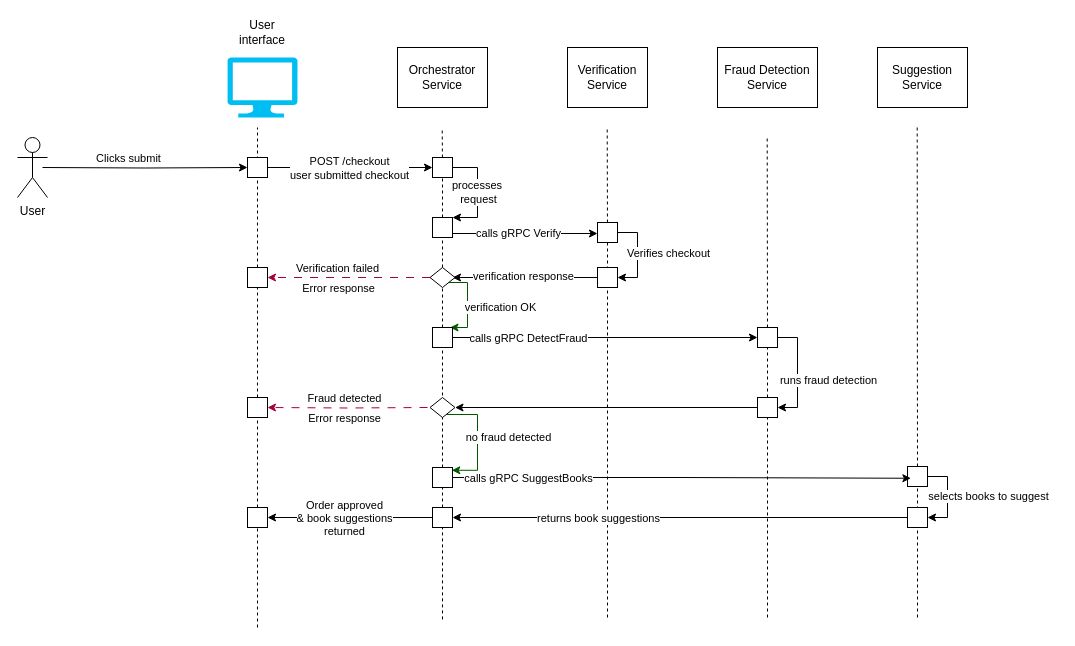
This is docs/src/DS-system-diagram.drawio from heigotornik/ds-practice-2026, a draw.io file, before an edit. Source tidied: cells renumbered, new cells numbered last; positions are measured from the earlier drawing's top-left corner, leaving out a move shared by most shapes. Both pictures are drawn from the tidied source at 100%, with x=0, y=0 at pixel (17, 17).
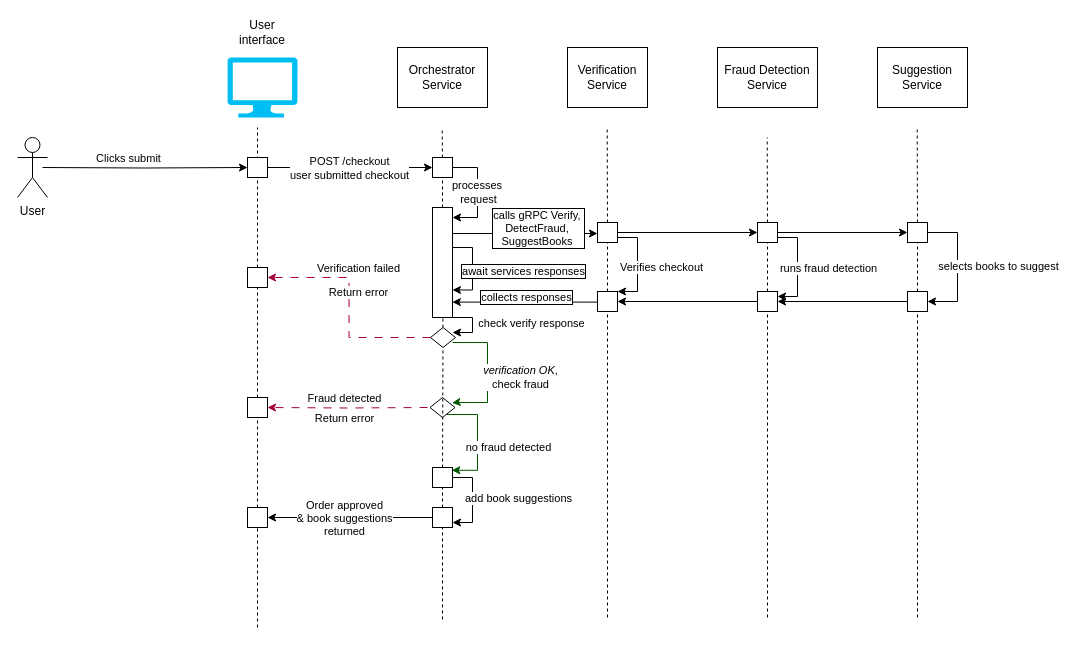
Above is the later version.

Unchanged cells that the change refers to:
```xml
<mxCell id="18" style="whiteSpace=wrap;html=1;" parent="1" vertex="1">
  <mxGeometry x="415" y="140" width="20" height="20" as="geometry" />
</mxCell>
<mxCell id="26" style="whiteSpace=wrap;html=1;" parent="1" vertex="1">
  <mxGeometry x="580" y="205" width="20" height="20" as="geometry" />
</mxCell>
<mxCell id="28" style="edgeStyle=orthogonalEdgeStyle;rounded=0;orthogonalLoop=1;jettySize=auto;html=1;entryX=0;entryY=0.5;entryDx=0;entryDy=0;" parent="1" edge="1">
  <mxGeometry relative="1" as="geometry">
    <mxPoint x="435" y="216" as="sourcePoint" />
    <mxPoint x="580" y="216" as="targetPoint" />
  </mxGeometry>
</mxCell>
<mxCell id="35" style="edgeStyle=orthogonalEdgeStyle;rounded=0;jettySize=auto;html=1;entryX=1;entryY=0.5;entryDx=0;entryDy=0;dashed=1;dashPattern=8 8;fillColor=#d80073;strokeColor=#A50040;" parent="1" edge="1" source="39" target="41">
  <mxGeometry relative="1" as="geometry" />
</mxCell>
<mxCell id="55" style="edgeStyle=orthogonalEdgeStyle;rounded=0;jettySize=auto;html=1;entryX=0.965;entryY=0.138;entryDx=0;entryDy=0;fillColor=#008a00;strokeColor=#005700;entryPerimeter=0;" parent="1" edge="1" source="57" target="63">
  <mxGeometry relative="1" as="geometry">
    <Array as="points">
      <mxPoint x="460" y="397" />
      <mxPoint x="460" y="453" />
      <mxPoint x="434" y="453" />
    </Array>
  </mxGeometry>
</mxCell>
<mxCell id="57" style="rhombus;whiteSpace=wrap;html=1;" parent="1" vertex="1">
  <mxGeometry x="412.5" y="380" width="25" height="20" as="geometry" />
</mxCell>
<mxCell id="63" style="whiteSpace=wrap;html=1;" parent="1" vertex="1">
  <mxGeometry x="415" y="450" width="20" height="20" as="geometry" />
</mxCell>
<mxCell id="76" style="whiteSpace=wrap;html=1;" parent="1" vertex="1">
  <mxGeometry x="415" y="490" width="20" height="20" as="geometry" />
</mxCell>
```

The edit, as a diff of the source:
```diff
@@
-    <mxCell id="15" style="endArrow=none;dashed=1;html=1;rounded=0;" parent="1" edge="1" source="30" target="18">
+    <mxCell id="15" style="endArrow=none;dashed=1;html=1;rounded=0;" parent="1" edge="1" source="87" target="18">
       <mxGeometry relative="1" as="geometry" />
     </mxCell>
-    <mxCell id="16" style="edgeStyle=orthogonalEdgeStyle;rounded=0;jettySize=auto;html=1;" parent="1" edge="1" source="18" target="30">
+    <mxCell id="16" style="edgeStyle=orthogonalEdgeStyle;rounded=0;jettySize=auto;html=1;" parent="1" edge="1" source="18">
       <mxGeometry relative="1" as="geometry">
+        <mxPoint x="435" y="200" as="targetPoint" />
         <Array as="points">
           <mxPoint x="460" y="150" />
           <mxPoint x="460" y="200" />
         </Array>
       </mxGeometry>
     </mxCell>
@@
-    <mxCell id="23" style="endArrow=none;dashed=1;html=1;rounded=0;" parent="1" edge="1" target="26">
-      <mxGeometry relative="1" as="geometry">
-        <mxPoint x="590" y="600" as="sourcePoint" />
-      </mxGeometry>
+    <mxCell id="23" style="endArrow=none;dashed=1;html=1;rounded=0;" parent="1" edge="1" source="33" target="26">
+      <mxGeometry relative="1" as="geometry" />
     </mxCell>
-    <mxCell id="24" style="edgeStyle=orthogonalEdgeStyle;rounded=0;jettySize=auto;html=1;entryX=1;entryY=0.5;entryDx=0;entryDy=0;" parent="1" edge="1" source="26" target="33">
-      <mxGeometry relative="1" as="geometry">
-        <Array as="points">
-          <mxPoint x="620" y="215" />
-          <mxPoint x="620" y="260" />
-        </Array>
-      </mxGeometry>
-    </mxCell>
-    <mxCell id="25" value="Verifies checkout" style="edgeLabel;html=1;align=center;verticalAlign=middle;" parent="24" vertex="1">
-      <mxGeometry x="-0.07" y="2" relative="1" as="geometry">
-        <mxPoint x="28" as="offset" />
-      </mxGeometry>
-    </mxCell>
+    <mxCell id="79" style="edgeStyle=orthogonalEdgeStyle;rounded=0;jettySize=auto;html=1;entryX=0;entryY=0.5;entryDx=0;entryDy=0;" parent="1" edge="1" source="26" target="51">
+      <mxGeometry relative="1" as="geometry" />
+    </mxCell>
@@
-    <mxCell id="27" style="endArrow=none;dashed=1;html=1;rounded=0;" parent="1" edge="1" source="39" target="30">
-      <mxGeometry relative="1" as="geometry" />
+    <mxCell id="27" style="endArrow=none;dashed=1;html=1;rounded=0;" parent="1" edge="1" source="87">
+      <mxGeometry relative="1" as="geometry">
+        <mxPoint x="425" y="220" as="targetPoint" />
+      </mxGeometry>
     </mxCell>
@@
-    <mxCell id="29" value="calls gRPC&amp;nbsp;Verify" style="edgeLabel;html=1;align=center;verticalAlign=middle;" parent="28" vertex="1">
+    <mxCell id="29" value="calls gRPC&amp;nbsp;Verify,&amp;nbsp;&lt;div&gt;DetectFraud,&amp;nbsp;&lt;/div&gt;&lt;div&gt;SuggestBooks&amp;nbsp;&lt;/div&gt;" style="edgeLabel;html=1;align=center;verticalAlign=middle;labelBorderColor=default;" parent="28" vertex="1">
       <mxGeometry x="-0.46" y="1" relative="1" as="geometry">
-        <mxPoint x="26" as="offset" />
+        <mxPoint x="46" y="-5" as="offset" />
       </mxGeometry>
     </mxCell>
-    <mxCell id="30" style="whiteSpace=wrap;html=1;" parent="1" vertex="1">
-      <mxGeometry x="415" y="200" width="20" height="20" as="geometry" />
-    </mxCell>
-    <mxCell id="31" style="edgeStyle=orthogonalEdgeStyle;rounded=0;jettySize=auto;html=1;entryX=1;entryY=0.5;entryDx=0;entryDy=0;" parent="1" edge="1" source="33">
+    <mxCell id="31" style="edgeStyle=orthogonalEdgeStyle;rounded=0;jettySize=auto;html=1;entryX=0.992;entryY=0.86;entryDx=0;entryDy=0;entryPerimeter=0;" parent="1" edge="1" source="33" target="87">
       <mxGeometry relative="1" as="geometry">
-        <mxPoint x="435" y="260" as="targetPoint" />
+        <Array as="points">
+          <mxPoint x="508" y="284" />
+        </Array>
       </mxGeometry>
     </mxCell>
-    <mxCell id="32" value="verification response" style="edgeLabel;html=1;align=center;verticalAlign=middle;" parent="31" vertex="1">
+    <mxCell id="32" value="collects responses" style="edgeLabel;html=1;align=center;verticalAlign=middle;labelBorderColor=default;" parent="31" vertex="1">
       <mxGeometry x="0.33" y="1" relative="1" as="geometry">
-        <mxPoint x="22" y="-3" as="offset" />
+        <mxPoint x="25" y="-6" as="offset" />
       </mxGeometry>
     </mxCell>
-    <mxCell id="33" style="whiteSpace=wrap;html=1;" parent="1" vertex="1">
-      <mxGeometry x="580" y="250" width="20" height="20" as="geometry" />
-    </mxCell>
-    <mxCell id="34" style="endArrow=none;dashed=1;html=1;rounded=0;" parent="1" edge="1" source="47" target="39">
-      <mxGeometry relative="1" as="geometry" />
+    <mxCell id="34" style="endArrow=none;dashed=1;html=1;rounded=0;" parent="1" edge="1" target="39">
+      <mxGeometry relative="1" as="geometry">
+        <mxPoint x="425" y="330" as="sourcePoint" />
+      </mxGeometry>
     </mxCell>
@@
     <mxCell id="36" value="Verification failed" style="edgeLabel;html=1;align=center;verticalAlign=middle;" parent="35" vertex="1">
       <mxGeometry x="0.29" y="-1" relative="1" as="geometry">
-        <mxPoint x="12" y="-9" as="offset" />
+        <mxPoint x="11" y="-9" as="offset" />
       </mxGeometry>
     </mxCell>
-    <mxCell id="37" style="edgeStyle=orthogonalEdgeStyle;rounded=0;orthogonalLoop=1;jettySize=auto;html=1;entryX=1;entryY=0;entryDx=0;entryDy=0;exitX=1;exitY=1;exitDx=0;exitDy=0;fillColor=#008a00;strokeColor=#005700;" parent="1" edge="1">
+    <mxCell id="37" style="edgeStyle=orthogonalEdgeStyle;rounded=0;jettySize=auto;html=1;entryX=0.882;entryY=0.272;entryDx=0;entryDy=0;exitX=1;exitY=0.75;exitDx=0;exitDy=0;fillColor=#008a00;strokeColor=#005700;entryPerimeter=0;" parent="1" edge="1" target="57">
       <mxGeometry relative="1" as="geometry">
-        <mxPoint x="428.8" y="265" as="sourcePoint" />
-        <mxPoint x="432.5" y="310" as="targetPoint" />
+        <mxPoint x="435" y="325" as="sourcePoint" />
         <Array as="points">
-          <mxPoint x="450" y="265" />
-          <mxPoint x="450" y="310" />
+          <mxPoint x="470" y="325" />
+          <mxPoint x="470" y="385" />
+          <mxPoint x="438" y="385" />
         </Array>
       </mxGeometry>
     </mxCell>
-    <mxCell id="38" value="verification OK" style="edgeLabel;html=1;align=center;verticalAlign=middle;" parent="37" vertex="1">
+    <mxCell id="38" value="&lt;i&gt;verification OK&lt;/i&gt;,&lt;div&gt;check fraud&lt;/div&gt;" style="edgeLabel;html=1;align=center;verticalAlign=middle;" parent="37" vertex="1">
       <mxGeometry relative="1" as="geometry">
         <mxPoint x="32" y="4" as="offset" />
       </mxGeometry>
     </mxCell>
-    <mxCell id="39" style="rhombus;whiteSpace=wrap;html=1;" parent="1" vertex="1">
-      <mxGeometry x="412.5" y="250" width="25" height="20" as="geometry" />
-    </mxCell>
@@
-    <mxCell id="42" style="endArrow=none;dashed=1;html=1;rounded=0;" parent="1" edge="1" source="63" target="47">
-      <mxGeometry relative="1" as="geometry" />
+    <mxCell id="42" style="endArrow=none;dashed=1;html=1;rounded=0;" parent="1" edge="1" source="39">
+      <mxGeometry relative="1" as="geometry">
+        <mxPoint x="425" y="330" as="targetPoint" />
+      </mxGeometry>
     </mxCell>
-    <mxCell id="43" style="edgeStyle=orthogonalEdgeStyle;rounded=0;jettySize=auto;html=1;entryX=0;entryY=0.5;entryDx=0;entryDy=0;" parent="1" edge="1" source="47" target="51">
-      <mxGeometry relative="1" as="geometry" />
-    </mxCell>
-    <mxCell id="44" value="calls gRPC DetectFraud" style="edgeLabel;html=1;align=center;verticalAlign=middle;" parent="43" vertex="1">
-      <mxGeometry x="-0.3" y="1" relative="1" as="geometry">
-        <mxPoint x="-32" y="1" as="offset" />
-      </mxGeometry>
-    </mxCell>
@@
-    <mxCell id="47" style="whiteSpace=wrap;html=1;" parent="1" vertex="1">
-      <mxGeometry x="415" y="310" width="20" height="20" as="geometry" />
-    </mxCell>
@@
+    <mxCell id="80" style="edgeStyle=orthogonalEdgeStyle;rounded=0;jettySize=auto;html=1;entryX=0;entryY=0.5;entryDx=0;entryDy=0;" parent="1" edge="1" source="51" target="67">
+      <mxGeometry relative="1" as="geometry" />
+    </mxCell>
-    <mxCell id="49" style="edgeStyle=orthogonalEdgeStyle;rounded=0;jettySize=auto;html=1;entryX=1;entryY=0.5;entryDx=0;entryDy=0;" parent="1" edge="1" source="51" target="54">
+    <mxCell id="49" style="edgeStyle=orthogonalEdgeStyle;rounded=0;jettySize=auto;html=1;entryX=1;entryY=0.25;entryDx=0;entryDy=0;" parent="1" edge="1" source="51" target="54">
       <mxGeometry relative="1" as="geometry">
         <Array as="points">
-          <mxPoint x="780" y="320" />
-          <mxPoint x="780" y="390" />
+          <mxPoint x="780" y="220" />
+          <mxPoint x="780" y="279" />
         </Array>
       </mxGeometry>
     </mxCell>
     <mxCell id="50" value="runs fraud detection" style="edgeLabel;html=1;align=center;verticalAlign=middle;" parent="49" vertex="1">
-      <mxGeometry x="0.12" y="-2" relative="1" as="geometry">
-        <mxPoint x="32" as="offset" />
+      <mxGeometry x="0.1" relative="1" as="geometry">
+        <mxPoint x="30" y="-4" as="offset" />
       </mxGeometry>
     </mxCell>
     <mxCell id="51" style="whiteSpace=wrap;html=1;" parent="1" vertex="1">
-      <mxGeometry x="740" y="310" width="20" height="20" as="geometry" />
+      <mxGeometry x="740" y="205" width="20" height="20" as="geometry" />
     </mxCell>
@@
-    <mxCell id="53" style="edgeStyle=orthogonalEdgeStyle;rounded=0;jettySize=auto;html=1;entryX=1;entryY=0.5;entryDx=0;entryDy=0;" parent="1" edge="1" source="54" target="57">
-      <mxGeometry relative="1" as="geometry" />
-    </mxCell>
-    <mxCell id="54" style="whiteSpace=wrap;html=1;" parent="1" vertex="1">
-      <mxGeometry x="740" y="380" width="20" height="20" as="geometry" />
-    </mxCell>
@@
     <mxCell id="56" value="no fraud detected" style="edgeLabel;html=1;align=center;verticalAlign=middle;" parent="55" vertex="1">
       <mxGeometry x="-0.05" relative="1" as="geometry">
-        <mxPoint x="30" as="offset" />
+        <mxPoint x="30" y="10" as="offset" />
       </mxGeometry>
     </mxCell>
@@
-    <mxCell id="60" value="Error response" style="edgeLabel;html=1;align=center;verticalAlign=middle;" parent="1" vertex="1">
-      <mxGeometry x="320" y="270" as="geometry" />
+    <mxCell id="60" value="Return error" style="edgeLabel;html=1;align=center;verticalAlign=middle;" parent="1" vertex="1">
+      <mxGeometry x="340" y="274" as="geometry" />
     </mxCell>
-    <mxCell id="61" value="Error response" style="edgeLabel;html=1;align=center;verticalAlign=middle;" parent="1" vertex="1">
+    <mxCell id="61" value="Return error" style="edgeLabel;html=1;align=center;verticalAlign=middle;" parent="1" vertex="1">
       <mxGeometry x="326" y="400" as="geometry" />
     </mxCell>
@@
+    <mxCell id="81" style="edgeStyle=orthogonalEdgeStyle;rounded=0;jettySize=auto;html=1;entryX=1;entryY=0.75;entryDx=0;entryDy=0;" parent="1" edge="1" source="63" target="76">
+      <mxGeometry relative="1" as="geometry">
+        <Array as="points">
+          <mxPoint x="455" y="460" />
+          <mxPoint x="455" y="505" />
+        </Array>
+      </mxGeometry>
+    </mxCell>
+    <mxCell id="82" value="add book suggestions" style="edgeLabel;html=1;align=center;verticalAlign=middle;" parent="81" vertex="1">
+      <mxGeometry x="-0.05" y="-1" relative="1" as="geometry">
+        <mxPoint x="46" as="offset" />
+      </mxGeometry>
+    </mxCell>
@@
-    <mxCell id="64" style="endArrow=none;dashed=1;html=1;rounded=0;" parent="1" edge="1" target="67">
-      <mxGeometry relative="1" as="geometry">
-        <mxPoint x="900" y="600" as="sourcePoint" />
-      </mxGeometry>
+    <mxCell id="64" style="endArrow=none;dashed=1;html=1;rounded=0;" parent="1" edge="1" source="72" target="67">
+      <mxGeometry relative="1" as="geometry" />
     </mxCell>
     <mxCell id="65" style="edgeStyle=orthogonalEdgeStyle;rounded=0;jettySize=auto;html=1;entryX=1;entryY=0.5;entryDx=0;entryDy=0;" parent="1" edge="1" source="67" target="72">
       <mxGeometry relative="1" as="geometry">
         <Array as="points">
-          <mxPoint x="930" y="459" />
-          <mxPoint x="930" y="500" />
+          <mxPoint x="940" y="215" />
+          <mxPoint x="940" y="284" />
         </Array>
       </mxGeometry>
     </mxCell>
@@
     <mxCell id="67" style="whiteSpace=wrap;html=1;" parent="1" vertex="1">
-      <mxGeometry x="890" y="449" width="20" height="20" as="geometry" />
+      <mxGeometry x="890" y="205" width="20" height="20" as="geometry" />
     </mxCell>
-    <mxCell id="68" style="edgeStyle=orthogonalEdgeStyle;rounded=0;jettySize=auto;html=1;entryX=0.169;entryY=0.588;entryDx=0;entryDy=0;entryPerimeter=0;" parent="1" edge="1" source="63" target="67">
-      <mxGeometry relative="1" as="geometry" />
-    </mxCell>
-    <mxCell id="69" value="calls gRPC&amp;nbsp;SuggestBooks" style="edgeLabel;html=1;align=center;verticalAlign=middle;" parent="68" vertex="1">
-      <mxGeometry x="-0.78" relative="1" as="geometry">
-        <mxPoint x="24" as="offset" />
-      </mxGeometry>
-    </mxCell>
-    <mxCell id="70" style="edgeStyle=orthogonalEdgeStyle;rounded=0;jettySize=auto;html=1;entryX=1;entryY=0.5;entryDx=0;entryDy=0;" parent="1" edge="1" source="72" target="76">
-      <mxGeometry relative="1" as="geometry" />
-    </mxCell>
-    <mxCell id="71" value="returns book suggestions" style="edgeLabel;html=1;align=center;verticalAlign=middle;" parent="70" vertex="1">
-      <mxGeometry x="0.6" relative="1" as="geometry">
-        <mxPoint x="54" as="offset" />
-      </mxGeometry>
-    </mxCell>
-    <mxCell id="72" style="whiteSpace=wrap;html=1;" parent="1" vertex="1">
-      <mxGeometry x="890" y="490" width="20" height="20" as="geometry" />
-    </mxCell>
@@
+    <mxCell id="83" style="endArrow=none;dashed=1;html=1;rounded=0;" parent="1" edge="1" target="87">
+      <mxGeometry relative="1" as="geometry">
+        <mxPoint x="425" y="200" as="sourcePoint" />
+      </mxGeometry>
+    </mxCell>
+    <mxCell id="84" style="endArrow=none;dashed=1;html=1;rounded=0;" parent="1" edge="1" source="39" target="87">
+      <mxGeometry relative="1" as="geometry" />
+    </mxCell>
+    <mxCell id="85" style="edgeStyle=orthogonalEdgeStyle;rounded=0;jettySize=auto;html=1;entryX=1;entryY=0.25;entryDx=0;entryDy=0;" parent="1" edge="1" source="87">
+      <mxGeometry relative="1" as="geometry">
+        <mxPoint x="435" y="315" as="targetPoint" />
+        <Array as="points">
+          <mxPoint x="455" y="300" />
+          <mxPoint x="455" y="315" />
+        </Array>
+      </mxGeometry>
+    </mxCell>
+    <mxCell id="86" value="check verify response" style="edgeLabel;html=1;align=center;verticalAlign=middle;" parent="85" vertex="1">
+      <mxGeometry x="0.07" y="1" relative="1" as="geometry">
+        <mxPoint x="57" y="-4" as="offset" />
+      </mxGeometry>
+    </mxCell>
+    <mxCell id="87" style="rounded=0;whiteSpace=wrap;html=1;" parent="1" vertex="1">
+      <mxGeometry x="415" y="190" width="20" height="110" as="geometry" />
+    </mxCell>
+    <mxCell id="88" style="endArrow=none;dashed=1;html=1;rounded=0;" parent="1" edge="1" source="63" target="39">
+      <mxGeometry relative="1" as="geometry" />
+    </mxCell>
+    <mxCell id="39" style="rhombus;whiteSpace=wrap;html=1;" parent="1" vertex="1">
+      <mxGeometry x="413" y="310" width="25" height="20" as="geometry" />
+    </mxCell>
+    <mxCell id="89" style="endArrow=none;dashed=1;html=1;rounded=0;" parent="1" edge="1" target="33">
+      <mxGeometry relative="1" as="geometry">
+        <mxPoint x="590" y="600" as="sourcePoint" />
+      </mxGeometry>
+    </mxCell>
+    <mxCell id="33" style="whiteSpace=wrap;html=1;" parent="1" vertex="1">
+      <mxGeometry x="580" y="274" width="20" height="20" as="geometry" />
+    </mxCell>
+    <mxCell id="90" style="endArrow=none;dashed=1;html=1;rounded=0;" parent="1" edge="1" target="72">
+      <mxGeometry relative="1" as="geometry">
+        <mxPoint x="900" y="600" as="sourcePoint" />
+      </mxGeometry>
+    </mxCell>
+    <mxCell id="72" style="whiteSpace=wrap;html=1;" parent="1" vertex="1">
+      <mxGeometry x="890" y="274" width="20" height="20" as="geometry" />
+    </mxCell>
+    <mxCell id="91" style="edgeStyle=orthogonalEdgeStyle;rounded=0;jettySize=auto;html=1;entryX=1;entryY=0.5;entryDx=0;entryDy=0;" parent="1" edge="1" source="72" target="54">
+      <mxGeometry relative="1" as="geometry" />
+    </mxCell>
+    <mxCell id="92" style="edgeStyle=orthogonalEdgeStyle;rounded=0;jettySize=auto;html=1;entryX=1;entryY=0.5;entryDx=0;entryDy=0;" parent="1" edge="1" source="54" target="33">
+      <mxGeometry relative="1" as="geometry" />
+    </mxCell>
+    <mxCell id="54" style="whiteSpace=wrap;html=1;" parent="1" vertex="1">
+      <mxGeometry x="740" y="274" width="20" height="20" as="geometry" />
+    </mxCell>
+    <mxCell id="24" style="edgeStyle=orthogonalEdgeStyle;rounded=0;jettySize=auto;html=1;entryX=1;entryY=0;entryDx=0;entryDy=0;" parent="1" edge="1" source="26" target="33">
+      <mxGeometry relative="1" as="geometry">
+        <Array as="points">
+          <mxPoint x="620" y="220" />
+          <mxPoint x="620" y="274" />
+        </Array>
+      </mxGeometry>
+    </mxCell>
+    <mxCell id="25" value="Verifies checkout" style="edgeLabel;html=1;align=center;verticalAlign=middle;" parent="24" vertex="1">
+      <mxGeometry x="0.2" relative="1" as="geometry">
+        <mxPoint x="23" y="-7" as="offset" />
+      </mxGeometry>
+    </mxCell>
+    <mxCell id="93" style="edgeStyle=orthogonalEdgeStyle;rounded=0;orthogonalLoop=1;jettySize=auto;html=1;entryX=1;entryY=0.75;entryDx=0;entryDy=0;" parent="1" edge="1" source="87" target="87">
+      <mxGeometry relative="1" as="geometry">
+        <Array as="points">
+          <mxPoint x="455" y="230" />
+          <mxPoint x="455" y="272" />
+        </Array>
+      </mxGeometry>
+    </mxCell>
+    <mxCell id="94" value="await services responses" style="edgeLabel;html=1;align=center;verticalAlign=middle;labelBorderColor=default;" parent="93" vertex="1">
+      <mxGeometry x="0.1" y="-3" relative="1" as="geometry">
+        <mxPoint x="53" y="-2" as="offset" />
+      </mxGeometry>
+    </mxCell>
```
